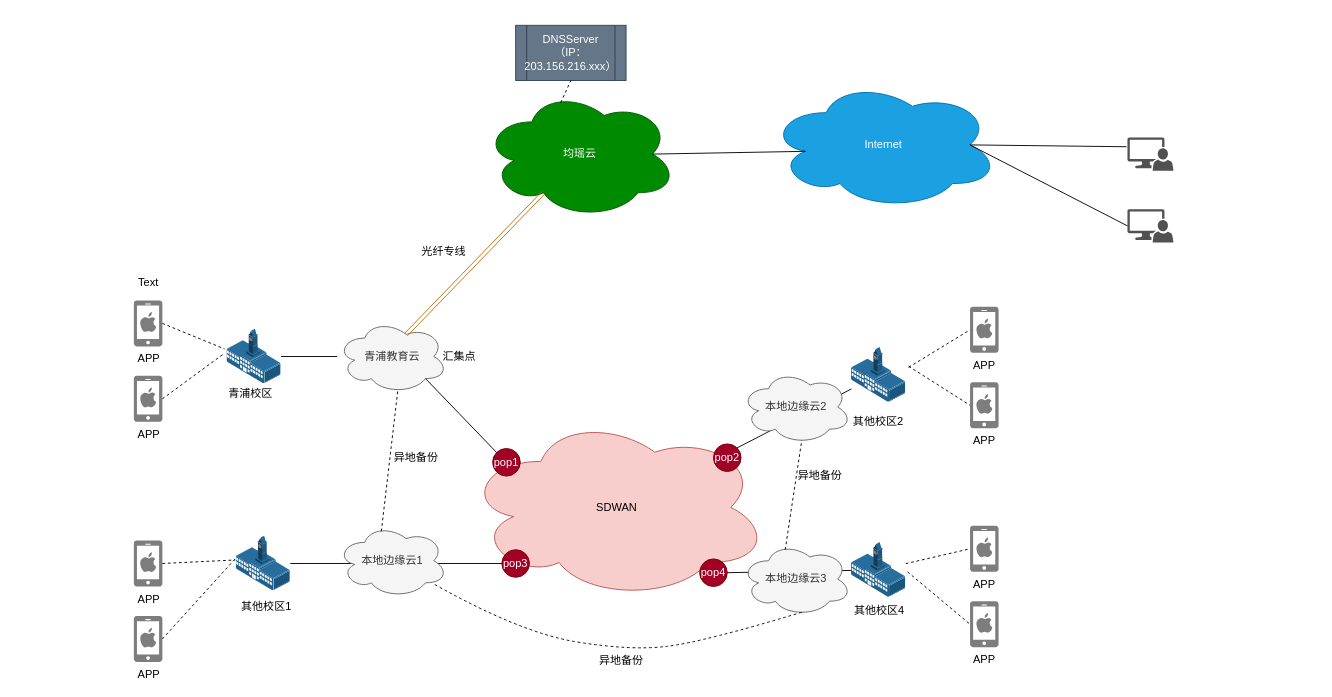
klonhj2015/education-cloud keeps this draw.io diagram as 教育-DNS解析.drawio. Above is the earlier version. Source tidied: cells renumbered, new cells numbered last; positions are measured from the earlier drawing's top-left corner, leaving out a move shared by most shapes. Both pictures are drawn from the tidied source at 92%, with x=0, y=0 at pixel (130, 25).
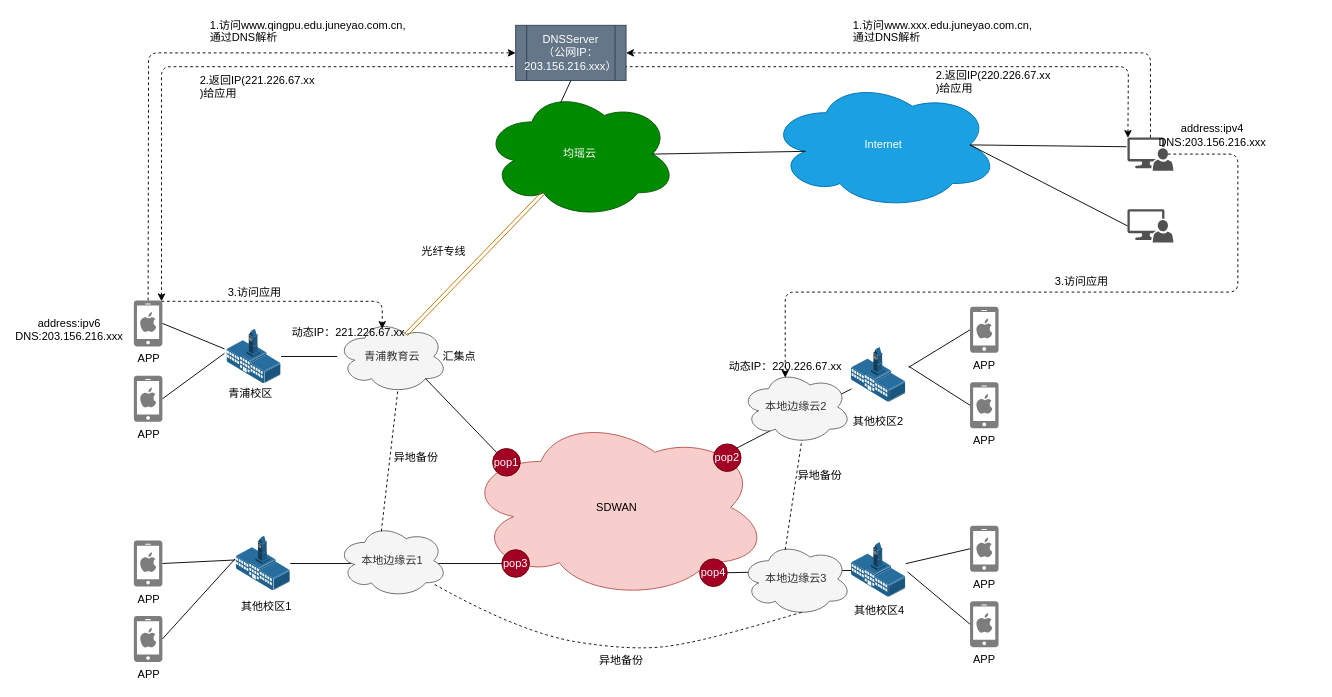
After the change.

The change refers to these unchanged cells:
```xml
<mxCell id="2" value="均瑶云" style="ellipse;shape=cloud;whiteSpace=wrap;html=1;fillColor=#008a00;strokeColor=#005700;fontColor=#ffffff;" parent="1" vertex="1">
  <mxGeometry x="384" y="70" width="210" height="140" as="geometry" />
</mxCell>
<mxCell id="10" style="points=[];html=1;align=center;shadow=0;dashed=0;image;image=img/lib/allied_telesis/buildings/School_Building.svg;" parent="1" vertex="1">
  <mxGeometry x="105" y="330" width="59" height="60" as="geometry" />
</mxCell>
<mxCell id="12" style="points=[];html=1;align=center;shadow=0;dashed=0;image;image=img/lib/allied_telesis/buildings/School_Building.svg;" parent="1" vertex="1">
  <mxGeometry x="115" y="555" width="59" height="60" as="geometry" />
</mxCell>
<mxCell id="18" style="shadow=0;dashed=0;html=1;labelPosition=center;verticalLabelPosition=bottom;verticalAlign=top;align=center;strokeColor=none;shape=mxgraph.mscae.system_center.admin_console;fillColor=#515151;strokeColor=none;" parent="1" vertex="1">
  <mxGeometry x="1084" y="122" width="50" height="36" as="geometry" />
</mxCell>
<mxCell id="24" style="points=[];html=1;align=center;shadow=0;dashed=0;image;image=img/lib/allied_telesis/buildings/School_Building.svg;" parent="1" vertex="1">
  <mxGeometry x="784" y="350" width="59" height="60" as="geometry" />
</mxCell>
<mxCell id="28" value="其他校区4" style="points=[];html=1;align=center;shadow=0;dashed=0;image;image=img/lib/allied_telesis/buildings/School_Building.svg;" parent="1" vertex="1">
  <mxGeometry x="784" y="562" width="59" height="60" as="geometry" />
</mxCell>
<mxCell id="31" value="本地边缘云2" style="ellipse;shape=cloud;whiteSpace=wrap;html=1;fillColor=#f5f5f5;strokeColor=#666666;fontColor=#333333;" parent="1" vertex="1">
  <mxGeometry x="664" y="375" width="120" height="80" as="geometry" />
</mxCell>
<mxCell id="39" value="APP" style="shadow=0;dashed=0;html=1;strokeColor=none;labelPosition=center;verticalLabelPosition=bottom;verticalAlign=top;align=center;shape=mxgraph.mscae.enterprise.iphone;fillColor=#7D7D7D;" parent="1" vertex="1">
  <mxGeometry x="4" y="560" width="31" height="50" as="geometry" />
</mxCell>
<mxCell id="41" value="APP" style="shadow=0;dashed=0;html=1;strokeColor=none;labelPosition=center;verticalLabelPosition=bottom;verticalAlign=top;align=center;shape=mxgraph.mscae.enterprise.iphone;fillColor=#7D7D7D;" parent="1" vertex="1">
  <mxGeometry x="4" y="642" width="31" height="50" as="geometry" />
</mxCell>
<mxCell id="43" value="APP" style="shadow=0;dashed=0;html=1;strokeColor=none;labelPosition=center;verticalLabelPosition=bottom;verticalAlign=top;align=center;shape=mxgraph.mscae.enterprise.iphone;fillColor=#7D7D7D;" parent="1" vertex="1">
  <mxGeometry x="4" y="299" width="31" height="50" as="geometry" />
</mxCell>
<mxCell id="44" value="APP" style="shadow=0;dashed=0;html=1;strokeColor=none;labelPosition=center;verticalLabelPosition=bottom;verticalAlign=top;align=center;shape=mxgraph.mscae.enterprise.iphone;fillColor=#7D7D7D;" parent="1" vertex="1">
  <mxGeometry x="4" y="381" width="31" height="50" as="geometry" />
</mxCell>
<mxCell id="47" value="APP" style="shadow=0;dashed=0;html=1;strokeColor=none;labelPosition=center;verticalLabelPosition=bottom;verticalAlign=top;align=center;shape=mxgraph.mscae.enterprise.iphone;fillColor=#7D7D7D;" parent="1" vertex="1">
  <mxGeometry x="912.9" y="544" width="31" height="50" as="geometry" />
</mxCell>
<mxCell id="48" value="APP" style="shadow=0;dashed=0;html=1;strokeColor=none;labelPosition=center;verticalLabelPosition=bottom;verticalAlign=top;align=center;shape=mxgraph.mscae.enterprise.iphone;fillColor=#7D7D7D;" parent="1" vertex="1">
  <mxGeometry x="912.9" y="626" width="31" height="50" as="geometry" />
</mxCell>
<mxCell id="51" value="APP" style="shadow=0;dashed=0;html=1;strokeColor=none;labelPosition=center;verticalLabelPosition=bottom;verticalAlign=top;align=center;shape=mxgraph.mscae.enterprise.iphone;fillColor=#7D7D7D;" parent="1" vertex="1">
  <mxGeometry x="912.9" y="306" width="31" height="50" as="geometry" />
</mxCell>
<mxCell id="52" value="APP" style="shadow=0;dashed=0;html=1;strokeColor=none;labelPosition=center;verticalLabelPosition=bottom;verticalAlign=top;align=center;shape=mxgraph.mscae.enterprise.iphone;fillColor=#7D7D7D;" parent="1" vertex="1">
  <mxGeometry x="912.9" y="388" width="31" height="50" as="geometry" />
</mxCell>
```

Diff of the diagram source:
```diff
@@
-    <mxCell id="40" style="endArrow=none;html=1;dashed=1;entryX=-0.011;entryY=0.436;entryDx=0;entryDy=0;entryPerimeter=0;exitX=1;exitY=0.5;exitDx=0;exitDy=0;exitPerimeter=0;" parent="1" edge="1" source="39" target="12">
+    <mxCell id="40" style="endArrow=none;html=1;entryX=-0.011;entryY=0.436;entryDx=0;entryDy=0;entryPerimeter=0;exitX=1;exitY=0.5;exitDx=0;exitDy=0;exitPerimeter=0;" parent="1" edge="1" source="39" target="12">
       <mxGeometry relative="1" as="geometry" />
     </mxCell>
@@
-    <mxCell id="42" style="endArrow=none;dashed=1;html=1;entryX=-0.017;entryY=0.417;entryDx=0;entryDy=0;entryPerimeter=0;exitX=1;exitY=0.5;exitDx=0;exitDy=0;exitPerimeter=0;" parent="1" edge="1" source="41" target="12">
+    <mxCell id="42" style="endArrow=none;html=1;entryX=-0.017;entryY=0.417;entryDx=0;entryDy=0;entryPerimeter=0;exitX=1;exitY=0.5;exitDx=0;exitDy=0;exitPerimeter=0;" parent="1" edge="1" source="41" target="12">
       <mxGeometry relative="1" as="geometry" />
     </mxCell>
@@
-    <mxCell id="45" style="endArrow=none;dashed=1;html=1;entryX=-0.041;entryY=0.441;entryDx=0;entryDy=0;entryPerimeter=0;exitX=1;exitY=0.5;exitDx=0;exitDy=0;exitPerimeter=0;" parent="1" edge="1" source="44" target="10">
+    <mxCell id="45" style="endArrow=none;html=1;entryX=-0.041;entryY=0.441;entryDx=0;entryDy=0;entryPerimeter=0;exitX=1;exitY=0.5;exitDx=0;exitDy=0;exitPerimeter=0;" parent="1" edge="1" source="44" target="10">
       <mxGeometry relative="1" as="geometry" />
     </mxCell>
-    <mxCell id="46" style="endArrow=none;dashed=1;html=1;entryX=-0.041;entryY=0.363;entryDx=0;entryDy=0;entryPerimeter=0;exitX=1;exitY=0.5;exitDx=0;exitDy=0;exitPerimeter=0;" parent="1" edge="1" source="43" target="10">
+    <mxCell id="46" style="endArrow=none;html=1;entryX=-0.041;entryY=0.363;entryDx=0;entryDy=0;entryPerimeter=0;exitX=1;exitY=0.5;exitDx=0;exitDy=0;exitPerimeter=0;" parent="1" edge="1" source="43" target="10">
       <mxGeometry relative="1" as="geometry" />
     </mxCell>
@@
-    <mxCell id="49" style="endArrow=none;dashed=1;html=1;entryX=0;entryY=0.5;entryDx=0;entryDy=0;entryPerimeter=0;exitX=1.033;exitY=0.535;exitDx=0;exitDy=0;exitPerimeter=0;" parent="1" edge="1" source="28" target="48">
+    <mxCell id="49" style="endArrow=none;html=1;entryX=0;entryY=0.5;entryDx=0;entryDy=0;entryPerimeter=0;exitX=1.033;exitY=0.535;exitDx=0;exitDy=0;exitPerimeter=0;" parent="1" edge="1" source="28" target="48">
       <mxGeometry relative="1" as="geometry" />
     </mxCell>
-    <mxCell id="50" style="endArrow=none;dashed=1;html=1;entryX=0;entryY=0.5;entryDx=0;entryDy=0;entryPerimeter=0;" parent="1" edge="1" source="28" target="47">
+    <mxCell id="50" style="endArrow=none;html=1;entryX=0;entryY=0.5;entryDx=0;entryDy=0;entryPerimeter=0;" parent="1" edge="1" source="28" target="47">
       <mxGeometry relative="1" as="geometry" />
     </mxCell>
@@
-    <mxCell id="53" style="endArrow=none;dashed=1;html=1;entryX=0;entryY=0.5;entryDx=0;entryDy=0;entryPerimeter=0;exitX=1.053;exitY=0.343;exitDx=0;exitDy=0;exitPerimeter=0;" parent="1" edge="1" source="24" target="52">
+    <mxCell id="53" style="endArrow=none;html=1;entryX=0;entryY=0.5;entryDx=0;entryDy=0;entryPerimeter=0;exitX=1.053;exitY=0.343;exitDx=0;exitDy=0;exitPerimeter=0;" parent="1" edge="1" source="24" target="52">
       <mxGeometry relative="1" as="geometry" />
     </mxCell>
-    <mxCell id="54" style="endArrow=none;dashed=1;html=1;entryX=0;entryY=0.5;entryDx=0;entryDy=0;entryPerimeter=0;exitX=1.053;exitY=0.363;exitDx=0;exitDy=0;exitPerimeter=0;" parent="1" edge="1" source="24" target="51">
+    <mxCell id="54" style="endArrow=none;html=1;entryX=0;entryY=0.5;entryDx=0;entryDy=0;entryPerimeter=0;exitX=1.053;exitY=0.363;exitDx=0;exitDy=0;exitPerimeter=0;" parent="1" edge="1" source="24" target="51">
       <mxGeometry relative="1" as="geometry" />
     </mxCell>
-    <mxCell id="55" value="Text" style="text;html=1;strokeColor=none;fillColor=none;align=center;verticalAlign=middle;whiteSpace=wrap;rounded=0;" parent="1" vertex="1">
-      <mxGeometry x="-0.5" y="270" width="40" height="20" as="geometry" />
+    <mxCell id="55" value="address:ipv6&lt;br&gt;&lt;span&gt;DNS:203.156.216.xxx&lt;/span&gt;&lt;br&gt;" style="text;html=1;strokeColor=none;fillColor=none;align=center;verticalAlign=middle;whiteSpace=wrap;rounded=0;" parent="1" vertex="1">
+      <mxGeometry x="-86" y="321" width="40" height="20" as="geometry" />
     </mxCell>
-    <mxCell id="56" value="DNSServer&lt;br&gt;（IP：203.156.216.xxx）&lt;br&gt;" style="shape=process;whiteSpace=wrap;html=1;backgroundOutline=1;fillColor=#647687;strokeColor=#314354;fontColor=#ffffff;" parent="1" vertex="1">
+    <mxCell id="56" value="DNSServer&lt;br&gt;（公网IP：203.156.216.xxx）&lt;br&gt;" style="shape=process;whiteSpace=wrap;html=1;backgroundOutline=1;fillColor=#647687;strokeColor=#314354;fontColor=#ffffff;" parent="1" vertex="1">
       <mxGeometry x="419" width="120" height="60" as="geometry" />
     </mxCell>
-    <mxCell id="57" style="endArrow=none;dashed=1;html=1;entryX=0.5;entryY=1;entryDx=0;entryDy=0;exitX=0.4;exitY=0.1;exitDx=0;exitDy=0;exitPerimeter=0;" parent="1" edge="1" source="2" target="56">
+    <mxCell id="57" style="endArrow=none;html=1;entryX=0.5;entryY=1;entryDx=0;entryDy=0;exitX=0.4;exitY=0.1;exitDx=0;exitDy=0;exitPerimeter=0;" parent="1" edge="1" source="2" target="56">
       <mxGeometry relative="1" as="geometry" />
     </mxCell>
+    <mxCell id="58" style="endArrow=classic;dashed=1;html=1;entryX=0;entryY=0.5;entryDx=0;entryDy=0;exitX=0.5;exitY=0;exitDx=0;exitDy=0;exitPerimeter=0;endFill=1;" parent="1" edge="1" source="43" target="56">
+      <mxGeometry relative="1" as="geometry">
+        <Array as="points">
+          <mxPoint x="20" y="30" />
+        </Array>
+      </mxGeometry>
+    </mxCell>
+    <mxCell id="59" value="1.访问www.qingpu.edu.juneyao.com.cn,&lt;br&gt;通过DNS解析&lt;br&gt;" style="text;html=1;align=left;verticalAlign=top;spacingTop=-4;" parent="1" vertex="1">
+      <mxGeometry x="85" y="-10" width="230" height="30" as="geometry" />
+    </mxCell>
+    <mxCell id="60" style="endArrow=none;dashed=1;html=1;entryX=0;entryY=0.75;entryDx=0;entryDy=0;exitX=0.97;exitY=0.02;exitDx=0;exitDy=0;exitPerimeter=0;startArrow=classic;startFill=1;" parent="1" edge="1" source="43" target="56">
+      <mxGeometry relative="1" as="geometry">
+        <Array as="points">
+          <mxPoint x="34" y="45" />
+        </Array>
+      </mxGeometry>
+    </mxCell>
+    <mxCell id="61" value="2.返回IP(221.226.67.xx&lt;br&gt;)给应用" style="text;html=1;align=left;verticalAlign=top;spacingTop=-4;" parent="1" vertex="1">
+      <mxGeometry x="74" y="50" width="140" height="30" as="geometry" />
+    </mxCell>
+    <mxCell id="62" value="动态IP：221.226.67.xx" style="text;html=1;points=[];align=left;verticalAlign=top;spacingTop=-4;" parent="1" vertex="1">
+      <mxGeometry x="174" y="324" width="140" height="20" as="geometry" />
+    </mxCell>
+    <mxCell id="63" style="endArrow=classic;dashed=1;html=1;entryX=0.714;entryY=0.3;entryDx=0;entryDy=0;entryPerimeter=0;exitX=0.97;exitY=0.02;exitDx=0;exitDy=0;exitPerimeter=0;endFill=1;" parent="1" edge="1" source="43" target="62">
+      <mxGeometry relative="1" as="geometry">
+        <Array as="points">
+          <mxPoint x="274" y="300" />
+        </Array>
+      </mxGeometry>
+    </mxCell>
+    <mxCell id="64" value="3.访问应用" style="text;html=1;align=center;verticalAlign=middle;labelBackgroundColor=#ffffff;" parent="63" vertex="1">
+      <mxGeometry x="-0.08" y="-1" relative="1" as="geometry">
+        <mxPoint x="-23.5" y="-11" as="offset" />
+      </mxGeometry>
+    </mxCell>
+    <mxCell id="65" value="address:ipv4&lt;br&gt;&lt;span&gt;DNS:203.156.216.xxx&lt;/span&gt;&lt;br&gt;" style="text;html=1;strokeColor=none;fillColor=none;align=center;verticalAlign=middle;whiteSpace=wrap;rounded=0;" parent="1" vertex="1">
+      <mxGeometry x="1064" y="110" width="225" height="20" as="geometry" />
+    </mxCell>
+    <mxCell id="66" style="endArrow=classic;dashed=1;html=1;entryX=1;entryY=0.5;entryDx=0;entryDy=0;exitX=0.5;exitY=0;exitDx=0;exitDy=0;exitPerimeter=0;endFill=1;" parent="1" edge="1" source="18" target="56">
+      <mxGeometry relative="1" as="geometry">
+        <Array as="points">
+          <mxPoint x="1109" y="30" />
+        </Array>
+      </mxGeometry>
+    </mxCell>
+    <mxCell id="67" value="1.访问www.xxx.edu.juneyao.com.cn,&lt;br&gt;通过DNS解析&lt;br&gt;" style="text;html=1;align=left;verticalAlign=top;spacingTop=-4;" parent="1" vertex="1">
+      <mxGeometry x="784" y="-10" width="210" height="30" as="geometry" />
+    </mxCell>
+    <mxCell id="68" style="endArrow=none;dashed=1;html=1;entryX=1;entryY=0.75;entryDx=0;entryDy=0;exitX=0.01;exitY=0.01;exitDx=0;exitDy=0;exitPerimeter=0;startArrow=classic;startFill=1;" parent="1" edge="1" source="18" target="56">
+      <mxGeometry relative="1" as="geometry">
+        <Array as="points">
+          <mxPoint x="1085" y="45" />
+        </Array>
+      </mxGeometry>
+    </mxCell>
+    <mxCell id="69" value="2.返回IP(220.226.67.xx&lt;br&gt;)给应用" style="text;html=1;align=left;verticalAlign=top;spacingTop=-4;" parent="1" vertex="1">
+      <mxGeometry x="874" y="45" width="140" height="30" as="geometry" />
+    </mxCell>
+    <mxCell id="70" value="动态IP：220.226.67.xx" style="text;html=1;align=left;verticalAlign=top;spacingTop=-4;" parent="1" vertex="1">
+      <mxGeometry x="649" y="361" width="140" height="20" as="geometry" />
+    </mxCell>
+    <mxCell id="71" style="endArrow=classic;dashed=1;html=1;entryX=0.4;entryY=0.1;entryDx=0;entryDy=0;entryPerimeter=0;exitX=0.88;exitY=0.5;exitDx=0;exitDy=0;exitPerimeter=0;endFill=1;" parent="1" edge="1" source="18" target="31">
+      <mxGeometry relative="1" as="geometry">
+        <Array as="points">
+          <mxPoint x="1204" y="140" />
+          <mxPoint x="1204" y="290" />
+          <mxPoint x="712" y="290" />
+        </Array>
+      </mxGeometry>
+    </mxCell>
+    <mxCell id="72" value="3.访问应用" style="text;html=1;align=center;verticalAlign=middle;labelBackgroundColor=#ffffff;" parent="71" vertex="1">
+      <mxGeometry x="-0.08" y="-1" relative="1" as="geometry">
+        <mxPoint x="-23.5" y="-11" as="offset" />
+      </mxGeometry>
+    </mxCell>
```
